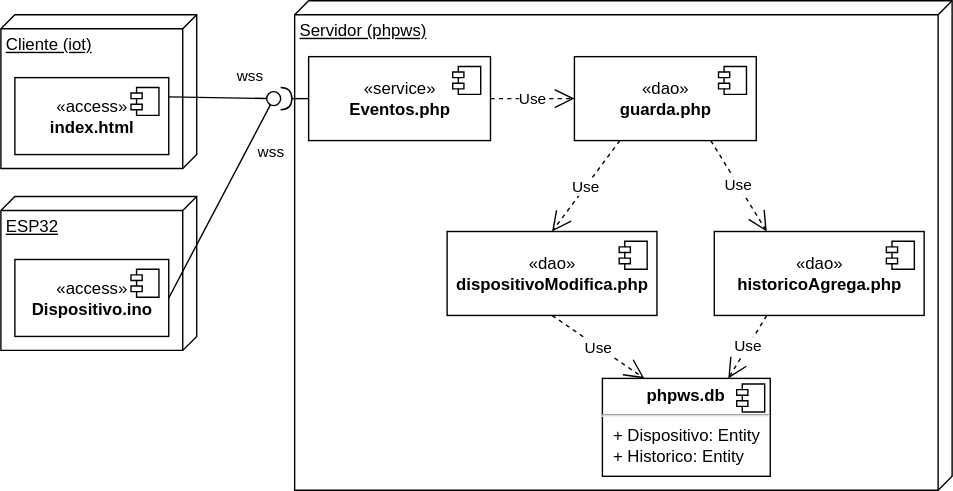
Before: docs/img/m05iot/iotdistribucion.drawio.svg, a diagram exported from draw.io (gilpgdm/gilpgdm.github.io). Source tidied: cells renumbered, new cells last; positions are measured from the earlier drawing's top-left corner, leaving out a move shared by most shapes.
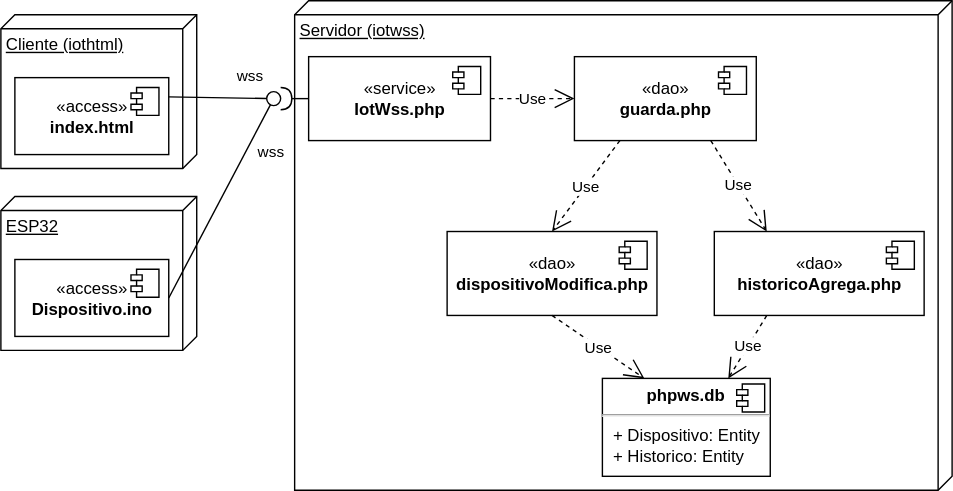
Later version of the same file.

What changed in the source:
```diff
@@ -2,7 +2,7 @@
   <root>
     <mxCell id="0" />
     <mxCell id="1" parent="0" />
-    <mxCell id="2" value="Cliente (iot)" style="verticalAlign=top;align=left;spacingTop=8;spacingLeft=2;spacingRight=12;shape=cube;size=10;direction=south;fontStyle=4;html=1;" parent="1" vertex="1">
+    <mxCell id="2" value="Cliente (iothtml)" style="verticalAlign=top;align=left;spacingTop=8;spacingLeft=2;spacingRight=12;shape=cube;size=10;direction=south;fontStyle=4;html=1;" parent="1" vertex="1">
       <mxGeometry y="10" width="140" height="110" as="geometry" />
     </mxCell>
     <mxCell id="3" value="«access»&lt;br&gt;&lt;b&gt;index.html&lt;/b&gt;" style="html=1;" parent="1" vertex="1">
@@ -13,10 +13,10 @@
         <mxPoint x="-27" y="7" as="offset" />
       </mxGeometry>
     </mxCell>
-    <mxCell id="5" value="Servidor (phpws)" style="verticalAlign=top;align=left;spacingTop=8;spacingLeft=2;spacingRight=12;shape=cube;size=10;direction=south;fontStyle=4;html=1;" parent="1" vertex="1">
+    <mxCell id="5" value="Servidor (iotwss)" style="verticalAlign=top;align=left;spacingTop=8;spacingLeft=2;spacingRight=12;shape=cube;size=10;direction=south;fontStyle=4;html=1;" parent="1" vertex="1">
       <mxGeometry x="210" width="470" height="350" as="geometry" />
     </mxCell>
-    <mxCell id="6" value="«service»&lt;br&gt;&lt;b&gt;Eventos.php&lt;/b&gt;" style="html=1;" parent="1" vertex="1">
+    <mxCell id="6" value="«service»&lt;br&gt;&lt;b&gt;IotWss.php&lt;/b&gt;" style="html=1;" parent="1" vertex="1">
       <mxGeometry x="220" y="40" width="130" height="60" as="geometry" />
     </mxCell>
     <mxCell id="7" style="shape=module;jettyWidth=8;jettyHeight=4;" parent="6" vertex="1">
```
